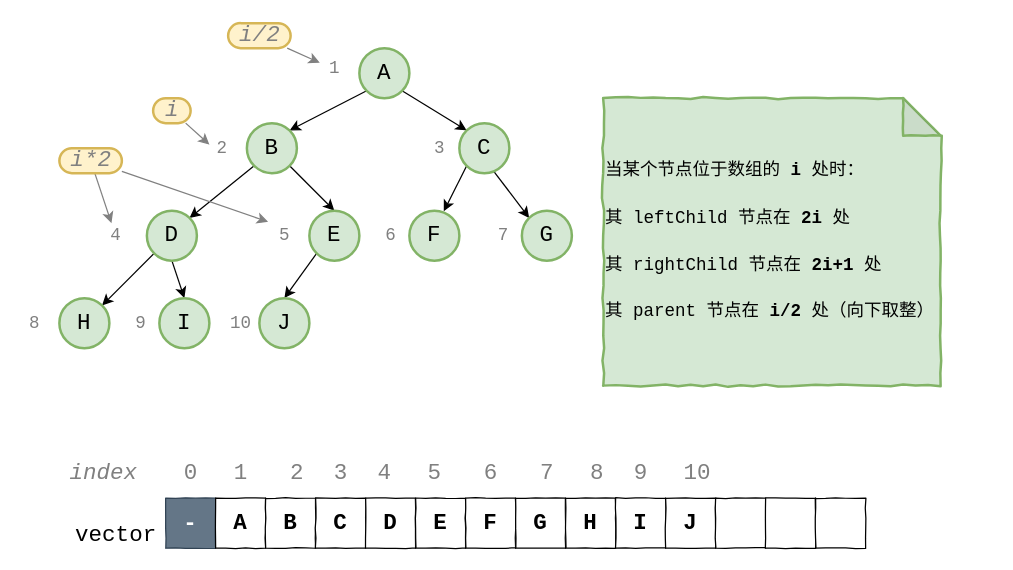
Above: BlogImages/STL/binary-heap.drawio in JoyChenNo1/JoyChenNo1.github.io (draw.io), before the change. Source tidied: cells renumbered, new cells numbered last; positions are measured from the earlier drawing's top-left corner, leaving out a move shared by most shapes. Both pictures are drawn from the tidied source at 125%, with x=0, y=0 at pixel (21, 22).
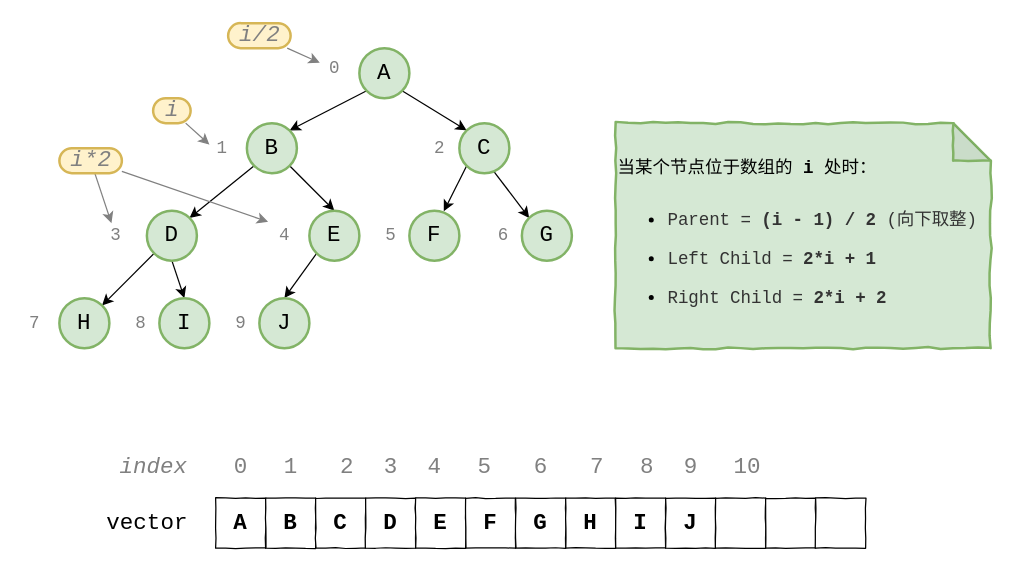
After the change.

What changed in the source:
```diff
@@
-    <mxCell id="2" value="-" style="rounded=0;whiteSpace=wrap;html=1;fillColor=#647687;strokeColor=#314354;fontColor=#ffffff;comic=1;jiggle=2;fontStyle=1;fontFamily=Courier New;fontSize=18;" parent="1" vertex="1">
-      <mxGeometry x="115" y="380" width="40" height="40" as="geometry" />
-    </mxCell>
@@
     <mxCell id="16" value="&lt;i&gt;index&lt;/i&gt;" style="text;html=1;align=center;verticalAlign=middle;strokeColor=none;fontSize=18;fontFamily=Courier New;fontColor=#808080;" parent="1" vertex="1">
-      <mxGeometry x="30" y="345" width="70" height="30" as="geometry" />
+      <mxGeometry x="70" y="340" width="70" height="30" as="geometry" />
     </mxCell>
     <mxCell id="17" value="0" style="text;html=1;align=center;verticalAlign=middle;strokeColor=none;fontSize=18;fontFamily=Courier New;fontColor=#808080;" parent="1" vertex="1">
-      <mxGeometry x="120" y="345" width="30" height="30" as="geometry" />
+      <mxGeometry x="160" y="340" width="30" height="30" as="geometry" />
     </mxCell>
     <mxCell id="18" value="1" style="text;html=1;align=center;verticalAlign=middle;strokeColor=none;fontSize=18;fontFamily=Courier New;fontColor=#808080;" parent="1" vertex="1">
-      <mxGeometry x="160" y="345" width="30" height="30" as="geometry" />
+      <mxGeometry x="200" y="340" width="30" height="30" as="geometry" />
     </mxCell>
     <mxCell id="19" value="2" style="text;html=1;align=center;verticalAlign=middle;strokeColor=none;fontSize=18;fontFamily=Courier New;fontColor=#808080;" parent="1" vertex="1">
-      <mxGeometry x="205" y="345" width="30" height="30" as="geometry" />
+      <mxGeometry x="245" y="340" width="30" height="30" as="geometry" />
     </mxCell>
     <mxCell id="20" value="3" style="text;html=1;align=center;verticalAlign=middle;strokeColor=none;fontSize=18;fontFamily=Courier New;fontColor=#808080;" parent="1" vertex="1">
-      <mxGeometry x="240" y="345" width="30" height="30" as="geometry" />
+      <mxGeometry x="280" y="340" width="30" height="30" as="geometry" />
     </mxCell>
     <mxCell id="21" value="4" style="text;html=1;align=center;verticalAlign=middle;strokeColor=none;fontSize=18;fontFamily=Courier New;fontColor=#808080;" parent="1" vertex="1">
-      <mxGeometry x="275" y="345" width="30" height="30" as="geometry" />
+      <mxGeometry x="315" y="340" width="30" height="30" as="geometry" />
     </mxCell>
     <mxCell id="22" value="5" style="text;html=1;align=center;verticalAlign=middle;strokeColor=none;fontSize=18;fontFamily=Courier New;fontColor=#808080;" parent="1" vertex="1">
-      <mxGeometry x="315" y="345" width="30" height="30" as="geometry" />
+      <mxGeometry x="355" y="340" width="30" height="30" as="geometry" />
     </mxCell>
     <mxCell id="23" value="6" style="text;html=1;align=center;verticalAlign=middle;strokeColor=none;fontSize=18;fontFamily=Courier New;fontColor=#808080;" parent="1" vertex="1">
-      <mxGeometry x="360" y="345" width="30" height="30" as="geometry" />
+      <mxGeometry x="400" y="340" width="30" height="30" as="geometry" />
     </mxCell>
     <mxCell id="24" value="7" style="text;html=1;align=center;verticalAlign=middle;strokeColor=none;fontSize=18;fontFamily=Courier New;fontColor=#808080;" parent="1" vertex="1">
-      <mxGeometry x="405" y="345" width="30" height="30" as="geometry" />
+      <mxGeometry x="445" y="340" width="30" height="30" as="geometry" />
     </mxCell>
     <mxCell id="25" value="8" style="text;html=1;align=center;verticalAlign=middle;strokeColor=none;fontSize=18;fontFamily=Courier New;fontColor=#808080;" parent="1" vertex="1">
-      <mxGeometry x="445" y="345" width="30" height="30" as="geometry" />
+      <mxGeometry x="485" y="340" width="30" height="30" as="geometry" />
     </mxCell>
     <mxCell id="26" value="9" style="text;html=1;align=center;verticalAlign=middle;strokeColor=none;fontSize=18;fontFamily=Courier New;fontColor=#808080;" parent="1" vertex="1">
-      <mxGeometry x="480" y="345" width="30" height="30" as="geometry" />
+      <mxGeometry x="520" y="340" width="30" height="30" as="geometry" />
     </mxCell>
     <mxCell id="27" value="10" style="text;html=1;align=center;verticalAlign=middle;strokeColor=none;fontSize=18;fontFamily=Courier New;fontColor=#808080;" parent="1" vertex="1">
-      <mxGeometry x="520" y="345" width="40" height="30" as="geometry" />
+      <mxGeometry x="560" y="340" width="40" height="30" as="geometry" />
     </mxCell>
@@
-    <mxCell id="47" value="&lt;font style=&quot;font-size: 14px&quot;&gt;1&lt;/font&gt;" style="text;html=1;align=center;verticalAlign=middle;points=[];strokeColor=none;fontSize=18;fontFamily=Courier New;fontColor=#808080;" parent="1" vertex="1">
+    <mxCell id="47" value="&lt;font style=&quot;font-size: 14px&quot;&gt;0&lt;/font&gt;" style="text;html=1;align=center;verticalAlign=middle;points=[];strokeColor=none;fontSize=18;fontFamily=Courier New;fontColor=#808080;" parent="1" vertex="1">
       <mxGeometry x="240" y="20" width="20" height="30" as="geometry" />
     </mxCell>
-    <mxCell id="48" value="2" style="text;html=1;align=center;verticalAlign=middle;points=[];strokeColor=none;fontSize=14;fontFamily=Courier New;fontColor=#808080;" parent="1" vertex="1">
+    <mxCell id="48" value="1" style="text;html=1;align=center;verticalAlign=middle;points=[];strokeColor=none;fontSize=14;fontFamily=Courier New;fontColor=#808080;" parent="1" vertex="1">
       <mxGeometry x="150" y="90" width="20" height="20" as="geometry" />
     </mxCell>
-    <mxCell id="49" value="3" style="text;html=1;align=center;verticalAlign=middle;strokeColor=none;fontSize=14;fontFamily=Courier New;fontColor=#808080;" parent="1" vertex="1">
+    <mxCell id="49" value="2" style="text;html=1;align=center;verticalAlign=middle;strokeColor=none;fontSize=14;fontFamily=Courier New;fontColor=#808080;" parent="1" vertex="1">
       <mxGeometry x="324" y="90" width="20" height="20" as="geometry" />
     </mxCell>
-    <mxCell id="50" value="4" style="text;html=1;align=center;verticalAlign=middle;points=[];strokeColor=none;fontSize=14;fontFamily=Courier New;fontColor=#808080;" parent="1" vertex="1">
+    <mxCell id="50" value="3" style="text;html=1;align=center;verticalAlign=middle;points=[];strokeColor=none;fontSize=14;fontFamily=Courier New;fontColor=#808080;" parent="1" vertex="1">
       <mxGeometry x="65" y="160" width="20" height="20" as="geometry" />
     </mxCell>
-    <mxCell id="51" value="5" style="text;html=1;align=center;verticalAlign=middle;points=[];strokeColor=none;fontSize=14;fontFamily=Courier New;fontColor=#808080;" parent="1" vertex="1">
+    <mxCell id="51" value="4" style="text;html=1;align=center;verticalAlign=middle;points=[];strokeColor=none;fontSize=14;fontFamily=Courier New;fontColor=#808080;" parent="1" vertex="1">
       <mxGeometry x="200" y="160" width="20" height="20" as="geometry" />
     </mxCell>
-    <mxCell id="52" value="6" style="text;html=1;align=center;verticalAlign=middle;strokeColor=none;fontSize=14;fontFamily=Courier New;fontColor=#808080;" parent="1" vertex="1">
+    <mxCell id="52" value="5" style="text;html=1;align=center;verticalAlign=middle;strokeColor=none;fontSize=14;fontFamily=Courier New;fontColor=#808080;" parent="1" vertex="1">
       <mxGeometry x="285" y="160" width="20" height="20" as="geometry" />
     </mxCell>
-    <mxCell id="53" value="7" style="text;html=1;align=center;verticalAlign=middle;strokeColor=none;fontSize=14;fontFamily=Courier New;fontColor=#808080;" parent="1" vertex="1">
+    <mxCell id="53" value="6" style="text;html=1;align=center;verticalAlign=middle;strokeColor=none;fontSize=14;fontFamily=Courier New;fontColor=#808080;" parent="1" vertex="1">
       <mxGeometry x="375" y="160" width="20" height="20" as="geometry" />
     </mxCell>
-    <mxCell id="54" value="8" style="text;html=1;align=center;verticalAlign=middle;strokeColor=none;fontSize=14;fontFamily=Courier New;fontColor=#808080;" parent="1" vertex="1">
+    <mxCell id="54" value="7" style="text;html=1;align=center;verticalAlign=middle;strokeColor=none;fontSize=14;fontFamily=Courier New;fontColor=#808080;" parent="1" vertex="1">
       <mxGeometry y="230" width="20" height="20" as="geometry" />
     </mxCell>
-    <mxCell id="55" value="9" style="text;html=1;align=center;verticalAlign=middle;strokeColor=none;fontSize=14;fontFamily=Courier New;fontColor=#808080;" parent="1" vertex="1">
+    <mxCell id="55" value="8" style="text;html=1;align=center;verticalAlign=middle;strokeColor=none;fontSize=14;fontFamily=Courier New;fontColor=#808080;" parent="1" vertex="1">
       <mxGeometry x="85" y="230" width="20" height="20" as="geometry" />
     </mxCell>
-    <mxCell id="56" value="10" style="text;html=1;align=center;verticalAlign=middle;strokeColor=none;fontSize=14;fontFamily=Courier New;fontColor=#808080;" parent="1" vertex="1">
-      <mxGeometry x="160" y="230" width="30" height="20" as="geometry" />
+    <mxCell id="56" value="9" style="text;html=1;align=center;verticalAlign=middle;strokeColor=none;fontSize=14;fontFamily=Courier New;fontColor=#808080;" parent="1" vertex="1">
+      <mxGeometry x="165" y="230" width="20" height="20" as="geometry" />
     </mxCell>
     <mxCell id="57" value="&lt;font style=&quot;font-size: 18px&quot;&gt;vector&lt;/font&gt;" style="text;html=1;align=center;verticalAlign=middle;strokeColor=none;fontSize=14;fontFamily=Courier New;fontColor=#000000;" parent="1" vertex="1">
-      <mxGeometry x="35" y="400" width="80" height="20" as="geometry" />
+      <mxGeometry x="60" y="390" width="80" height="20" as="geometry" />
     </mxCell>
-    <mxCell id="58" value="&lt;p style=&quot;line-height: 170%&quot;&gt;当某个节点位于数组的 &lt;b&gt;i&lt;/b&gt; 处时：&lt;/p&gt;&lt;p style=&quot;line-height: 170%&quot;&gt;其 leftChild 节点在 &lt;b&gt;2i&lt;/b&gt; 处&lt;/p&gt;&lt;p style=&quot;line-height: 170%&quot;&gt;其 rightChild 节点在 &lt;b&gt;2i+1&lt;/b&gt; 处&lt;/p&gt;&lt;p style=&quot;line-height: 170%&quot;&gt;其 parent 节点在 &lt;b&gt;i/2&lt;/b&gt; 处（向下取整）&lt;/p&gt;" style="shape=note;whiteSpace=wrap;html=1;backgroundOutline=1;darkOpacity=0.05;comic=1;jiggle=2;fontFamily=Courier New;fontSize=14;strokeWidth=2;fillColor=#d5e8d4;strokeColor=#82b366;align=left;" parent="1" vertex="1">
-      <mxGeometry x="465" y="60" width="270" height="230" as="geometry" />
+    <mxCell id="58" value="&lt;p style=&quot;line-height: 170%&quot;&gt;&lt;font style=&quot;font-size: 14px&quot;&gt;当某个节点位于数组的 &lt;b&gt;i&lt;/b&gt; 处时：&lt;/font&gt;&lt;/p&gt;&lt;font style=&quot;font-size: 14px&quot;&gt;&lt;ul style=&quot;line-height: 220%&quot;&gt;&lt;li&gt;&lt;font style=&quot;font-size: 14px&quot;&gt;&lt;span style=&quot;color: rgb(51 , 51 , 51) ; letter-spacing: -0.063px&quot;&gt;Parent = &lt;b&gt;(i - 1) / 2&lt;/b&gt; (向下取整)&lt;/span&gt;&lt;/font&gt;&lt;/li&gt;&lt;li&gt;&lt;font style=&quot;font-size: 14px&quot;&gt;&lt;span style=&quot;color: rgb(51 , 51 , 51) ; letter-spacing: -0.063px&quot;&gt;Left Child = &lt;b&gt;2*i + 1&lt;/b&gt;&lt;/span&gt;&lt;/font&gt;&lt;/li&gt;&lt;li&gt;&lt;font style=&quot;font-size: 14px&quot;&gt;&lt;span style=&quot;color: rgb(51 , 51 , 51) ; letter-spacing: -0.063px&quot;&gt;Right Child = &lt;b&gt;2*i + 2&lt;/b&gt;&lt;/span&gt;&lt;/font&gt;&lt;/li&gt;&lt;/ul&gt;&lt;/font&gt;" style="shape=note;whiteSpace=wrap;html=1;backgroundOutline=1;darkOpacity=0.05;comic=1;jiggle=2;fontFamily=Courier New;fontSize=14;strokeWidth=2;fillColor=#d5e8d4;strokeColor=#82b366;align=left;" parent="1" vertex="1">
+      <mxGeometry x="475" y="80" width="300" height="180" as="geometry" />
     </mxCell>
```
